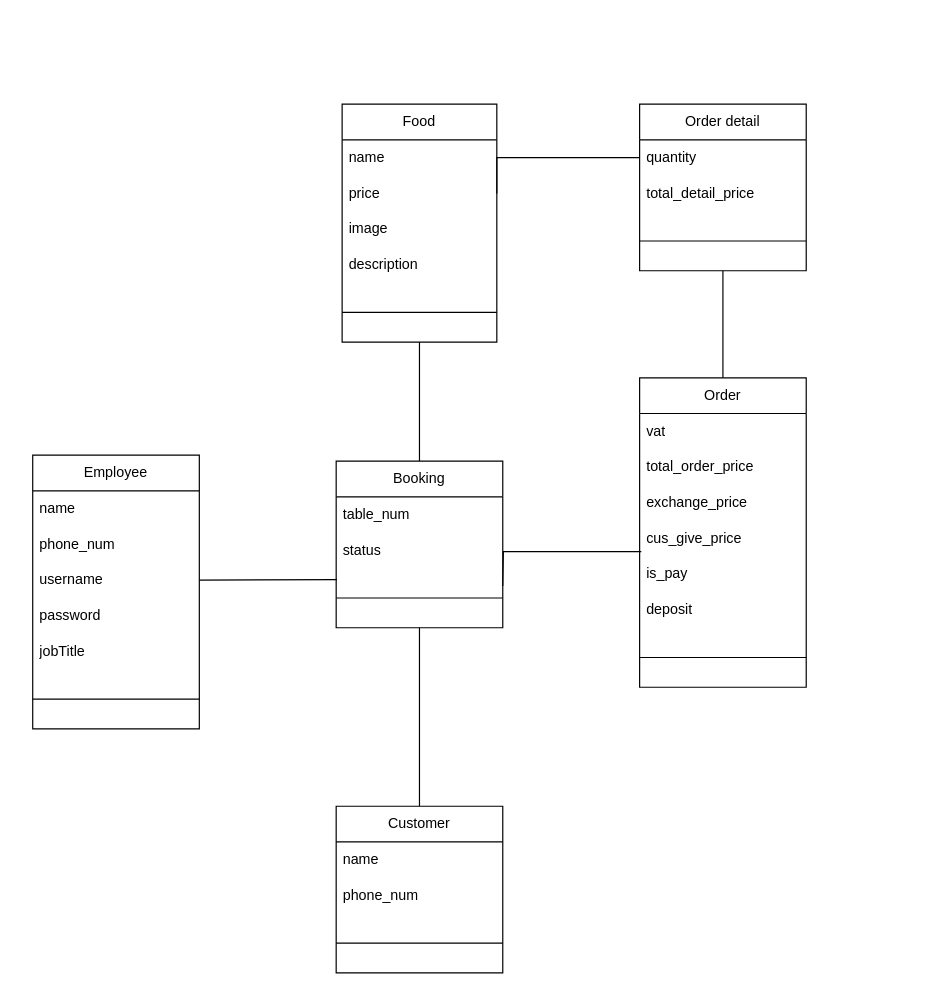
The draw.io diagram class-diagram.drawio in MaiNhatHoangY2001/HLFood, before the edit. Source tidied: cells renumbered, new cells numbered last; positions are measured from the earlier drawing's top-left corner, leaving out a move shared by most shapes. Both pictures are drawn from the tidied source at 119%, with x=0, y=0 at pixel (32, 104).
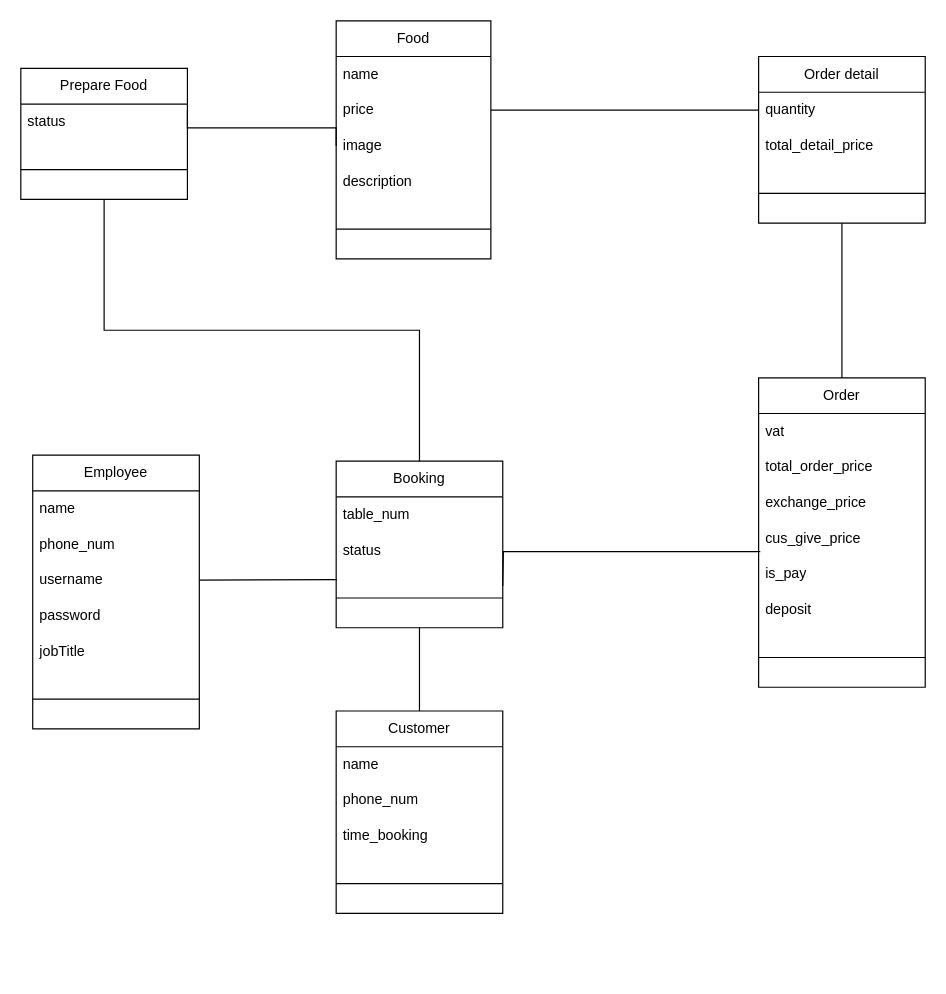
After the change.

Commit message:
Cập nhật class-diagram.drawio

The change refers to these unchanged cells:
```xml
<mxCell id="11" value="price" style="text;strokeColor=none;fillColor=none;align=left;verticalAlign=middle;spacingLeft=4;spacingRight=4;overflow=hidden;points=[[0,0.5],[1,0.5]];portConstraint=eastwest;whiteSpace=wrap;html=1;" parent="9" vertex="1">
  <mxGeometry y="60" width="130" height="30" as="geometry" />
</mxCell>
<mxCell id="12" value="image" style="text;strokeColor=none;fillColor=none;align=left;verticalAlign=middle;spacingLeft=4;spacingRight=4;overflow=hidden;points=[[0,0.5],[1,0.5]];portConstraint=eastwest;whiteSpace=wrap;html=1;" parent="9" vertex="1">
  <mxGeometry y="90" width="130" height="30" as="geometry" />
</mxCell>
<mxCell id="24" value="quantity" style="text;strokeColor=none;fillColor=none;align=left;verticalAlign=middle;spacingLeft=4;spacingRight=4;overflow=hidden;points=[[0,0.5],[1,0.5]];portConstraint=eastwest;whiteSpace=wrap;html=1;" parent="23" vertex="1">
  <mxGeometry y="30" width="140" height="30" as="geometry" />
</mxCell>
<mxCell id="30" value="Booking" style="swimlane;fontStyle=0;horizontal=1;startSize=30;whiteSpace=wrap;html=1;" parent="1" vertex="1">
  <mxGeometry x="255" y="300" width="140" height="140" as="geometry" />
</mxCell>
```

What changed in the source:
```diff
@@
     <mxCell id="9" value="Food" style="swimlane;fontStyle=0;horizontal=1;startSize=30;whiteSpace=wrap;html=1;" parent="1" vertex="1">
-      <mxGeometry x="260" width="130" height="200" as="geometry" />
+      <mxGeometry x="255" y="-70" width="130" height="200" as="geometry" />
     </mxCell>
@@
     <mxCell id="15" value="Order" style="swimlane;fontStyle=0;horizontal=1;startSize=30;whiteSpace=wrap;html=1;" parent="1" vertex="1">
-      <mxGeometry x="510" y="230" width="140" height="260" as="geometry" />
+      <mxGeometry x="610" y="230" width="140" height="260" as="geometry" />
     </mxCell>
@@
     <mxCell id="23" value="Order detail" style="swimlane;fontStyle=0;horizontal=1;startSize=30;whiteSpace=wrap;html=1;" parent="1" vertex="1">
-      <mxGeometry x="510" width="140" height="140" as="geometry" />
+      <mxGeometry x="610" y="-40" width="140" height="140" as="geometry" />
     </mxCell>
@@
     <mxCell id="27" style="edgeStyle=orthogonalEdgeStyle;rounded=0;jettySize=auto;html=1;exitX=1;exitY=0.5;exitDx=0;exitDy=0;entryX=0;entryY=0.5;entryDx=0;entryDy=0;endArrow=none;endFill=0;" parent="1" edge="1" source="11" target="24">
       <mxGeometry relative="1" as="geometry">
         <Array as="points">
-          <mxPoint x="510" y="45" />
+          <mxPoint x="460" y="5" />
+          <mxPoint x="460" y="5" />
         </Array>
       </mxGeometry>
     </mxCell>
     <mxCell id="28" style="edgeStyle=orthogonalEdgeStyle;rounded=0;jettySize=auto;html=1;entryX=0.5;entryY=0;entryDx=0;entryDy=0;endArrow=none;endFill=0;exitX=0.5;exitY=1;exitDx=0;exitDy=0;" parent="1" edge="1" source="23" target="15">
       <mxGeometry relative="1" as="geometry">
         <Array as="points">
-          <mxPoint x="580" y="150" />
-          <mxPoint x="580" y="150" />
+          <mxPoint x="680" y="170" />
+          <mxPoint x="680" y="170" />
         </Array>
       </mxGeometry>
     </mxCell>
-    <mxCell id="29" style="edgeStyle=orthogonalEdgeStyle;rounded=0;jettySize=auto;html=1;exitX=0.5;exitY=0;exitDx=0;exitDy=0;entryX=0.5;entryY=1;entryDx=0;entryDy=0;endArrow=none;endFill=0;" parent="1" edge="1" source="30" target="9">
-      <mxGeometry relative="1" as="geometry" />
-    </mxCell>
+    <mxCell id="41" style="edgeStyle=orthogonalEdgeStyle;rounded=0;jettySize=auto;html=1;exitX=0.5;exitY=0;exitDx=0;exitDy=0;entryX=0.5;entryY=1;entryDx=0;entryDy=0;endArrow=none;endFill=0;" parent="1" edge="1" source="30" target="43">
+      <mxGeometry relative="1" as="geometry" />
+    </mxCell>
@@
     <mxCell id="37" value="Customer" style="swimlane;fontStyle=0;horizontal=1;startSize=30;whiteSpace=wrap;html=1;" parent="1" vertex="1">
-      <mxGeometry x="255" y="590" width="140" height="140" as="geometry" />
+      <mxGeometry x="255" y="510" width="140" height="170" as="geometry" />
     </mxCell>
@@
+    <mxCell id="42" value="time_booking" style="text;strokeColor=none;fillColor=none;align=left;verticalAlign=middle;spacingLeft=4;spacingRight=4;overflow=hidden;whiteSpace=wrap;html=1;" parent="37" vertex="1">
+      <mxGeometry y="90" width="140" height="30" as="geometry" />
+    </mxCell>
     <mxCell id="40" style="line;html=1;strokeWidth=1;align=left;verticalAlign=middle;spacingTop=-1;spacingLeft=3;spacingRight=3;labelPosition=right;" parent="37" vertex="1">
-      <mxGeometry y="90" width="140" height="50" as="geometry" />
+      <mxGeometry y="120" width="140" height="50" as="geometry" />
     </mxCell>
+    <mxCell id="43" value="Prepare Food" style="swimlane;fontStyle=0;horizontal=1;startSize=30;whiteSpace=wrap;html=1;" parent="1" vertex="1">
+      <mxGeometry x="-10" y="-30" width="140" height="110" as="geometry" />
+    </mxCell>
+    <mxCell id="44" value="status" style="text;strokeColor=none;fillColor=none;align=left;verticalAlign=middle;spacingLeft=4;spacingRight=4;overflow=hidden;points=[[0,0.5],[1,0.5]];portConstraint=eastwest;whiteSpace=wrap;html=1;" parent="43" vertex="1">
+      <mxGeometry y="30" width="140" height="30" as="geometry" />
+    </mxCell>
+    <mxCell id="45" style="line;html=1;strokeWidth=1;align=left;verticalAlign=middle;spacingTop=-1;spacingLeft=3;spacingRight=3;labelPosition=right;" parent="43" vertex="1">
+      <mxGeometry y="60" width="140" height="50" as="geometry" />
+    </mxCell>
+    <mxCell id="46" style="edgeStyle=orthogonalEdgeStyle;rounded=0;jettySize=auto;html=1;exitX=0;exitY=0.5;exitDx=0;exitDy=0;entryX=1;entryY=0.167;entryDx=0;entryDy=0;entryPerimeter=0;endArrow=none;endFill=0;" parent="1" edge="1" source="12" target="44">
+      <mxGeometry relative="1" as="geometry">
+        <Array as="points">
+          <mxPoint x="255" y="20" />
+          <mxPoint x="130" y="20" />
+        </Array>
+      </mxGeometry>
+    </mxCell>
```
